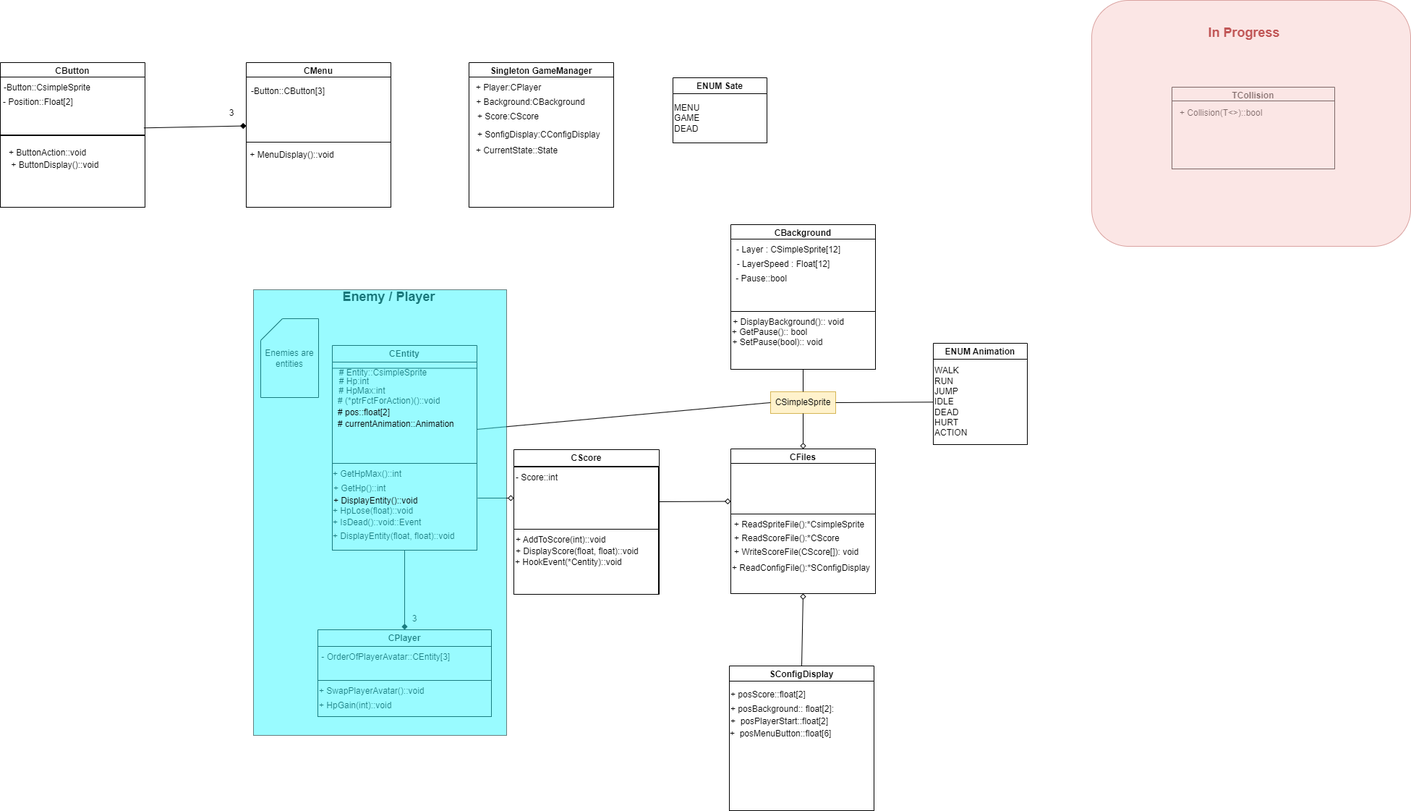
Before: UML/DAU_Diagramme_de_class.drawio.png, a diagram exported from draw.io (alicia-Aesma/DAU_2023_Game). Source tidied: cells renumbered, new cells last; positions are measured from the earlier drawing's top-left corner, leaving out a move shared by most shapes.
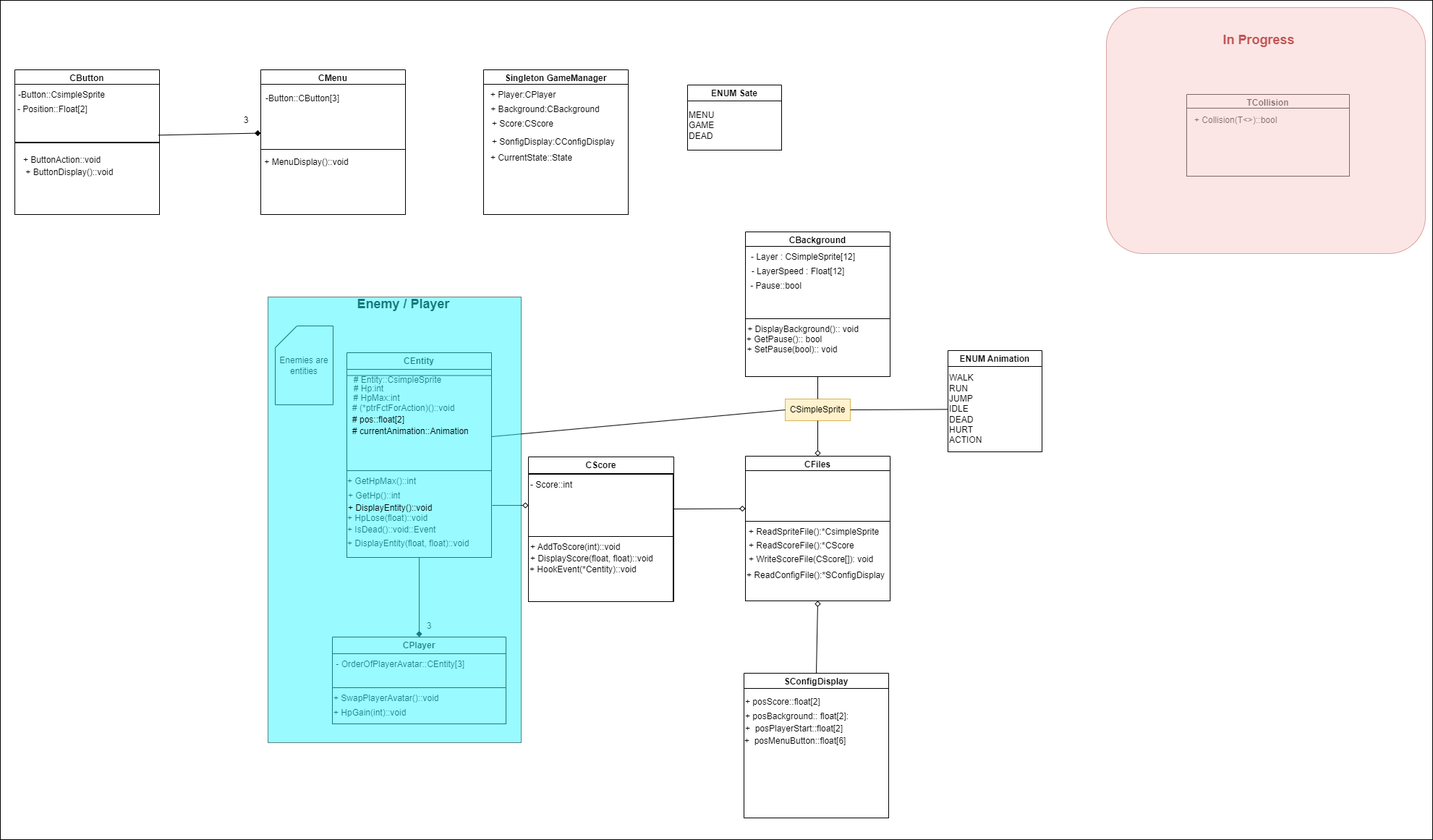
After the commit.

Change to the diagram source:
```diff
@@ -2,6 +2,9 @@
   <root>
     <mxCell id="0" />
     <mxCell id="1" parent="0" />
+    <mxCell id="95" style="rounded=0;whiteSpace=wrap;html=1;" parent="1" vertex="1">
+      <mxGeometry x="-20" y="-10" width="1980" height="1160" as="geometry" />
+    </mxCell>
     <mxCell id="2" value="CSimpleSprite" style="rounded=0;whiteSpace=wrap;html=1;fillColor=#fff2cc;strokeColor=#d6b656;" parent="1" vertex="1">
       <mxGeometry x="1065" y="541" width="90" height="30" as="geometry" />
     </mxCell>
```
